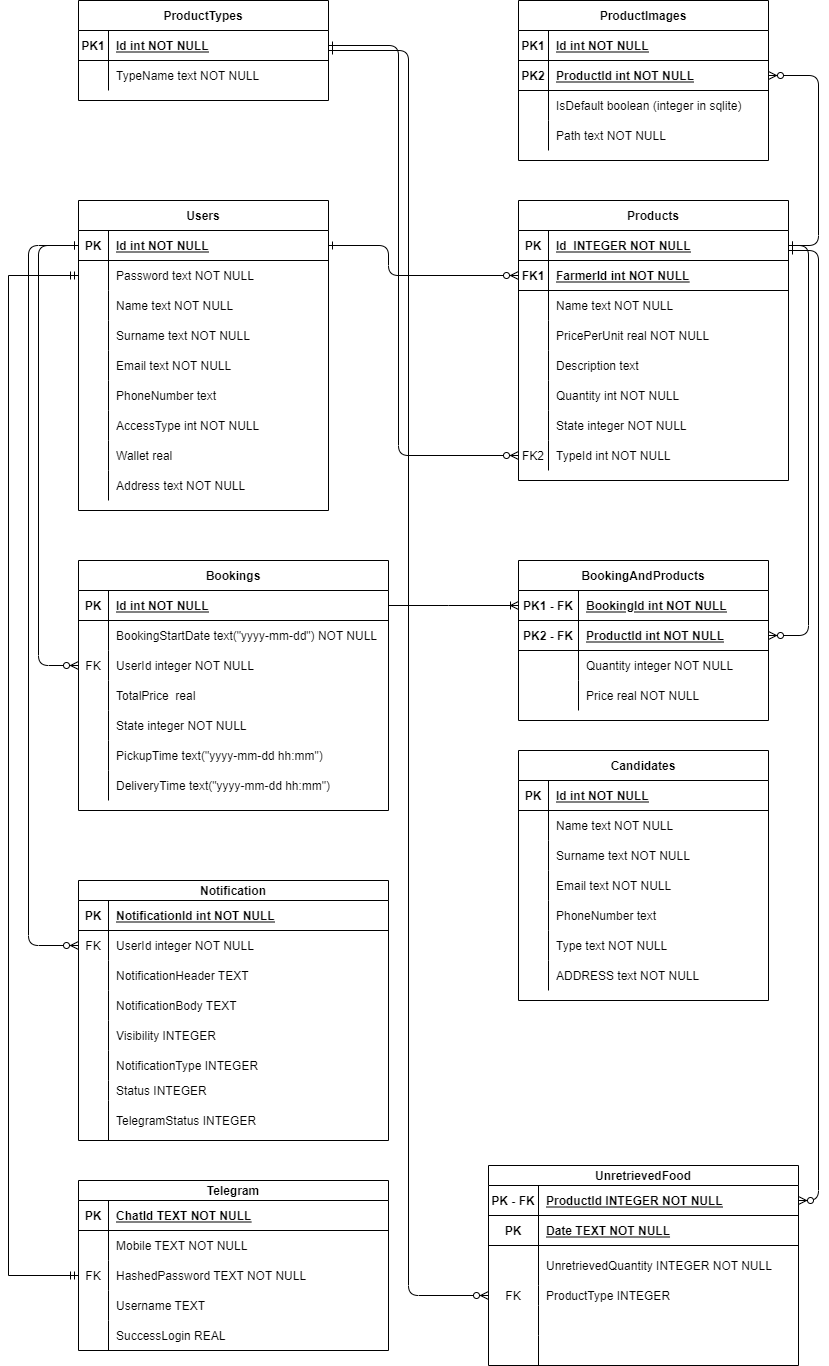
Before: assets/DBDesign_final.png, a diagram exported from draw.io (Softeng-2-Team-P03/SolidarityPurchasingGroup). Source tidied: cells renumbered, new cells last; positions are measured from the earlier drawing's top-left corner, leaving out a move shared by most shapes.
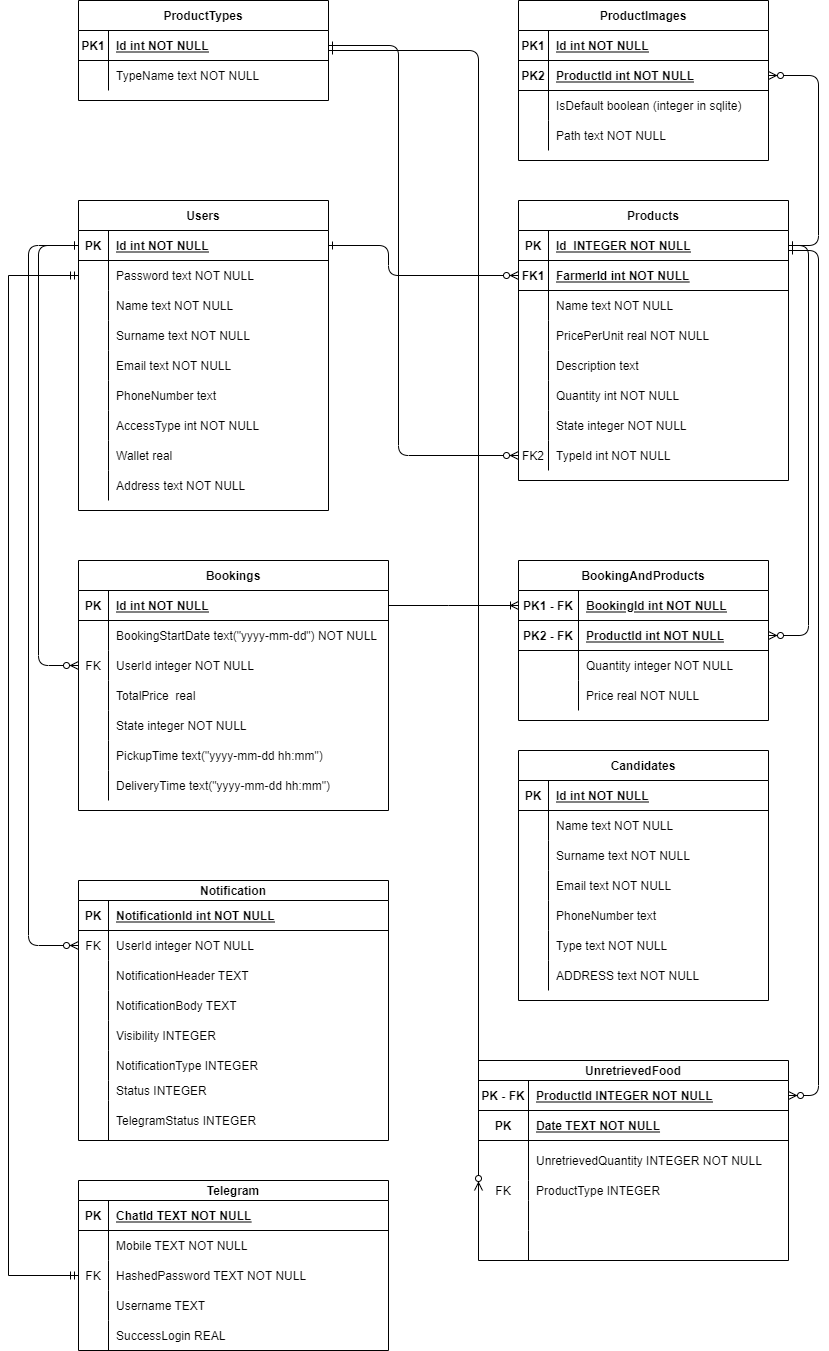
The same file after the commit.

What changed in the source:
```diff
@@ -1,4 +1,4 @@
-<mxGraphModel>
+<mxGraphModel background="#ffffff">
   <root>
     <mxCell id="0" />
     <mxCell id="1" parent="0" />
@@ -571,7 +571,7 @@
       <mxGeometry x="30" width="280" height="30" as="geometry" />
     </mxCell>
     <mxCell id="180" value="UnretrievedFood" style="shape=table;startSize=20;rowLines=0;fontStyle=1;align=center;" parent="1" vertex="1">
-      <mxGeometry x="480" y="1165" width="310" height="200" as="geometry" />
+      <mxGeometry x="470" y="1060" width="310" height="200" as="geometry" />
     </mxCell>
     <mxCell id="181" style="shape=partialRectangle;fillColor=none;points=[[0,0.5],[1,0.5]];portConstraint=eastwest;top=0;left=0;right=0;bottom=1;" parent="180" vertex="1">
       <mxGeometry y="20" width="310" height="30" as="geometry" />
@@ -640,6 +640,8 @@
       <mxGeometry relative="1" as="geometry">
         <mxPoint x="320" y="50" as="sourcePoint" />
         <Array as="points">
+          <mxPoint x="470" y="900" />
+          <mxPoint x="440" y="1160" />
           <mxPoint x="400" y="290" />
           <mxPoint x="60" y="340" />
         </Array>
```
